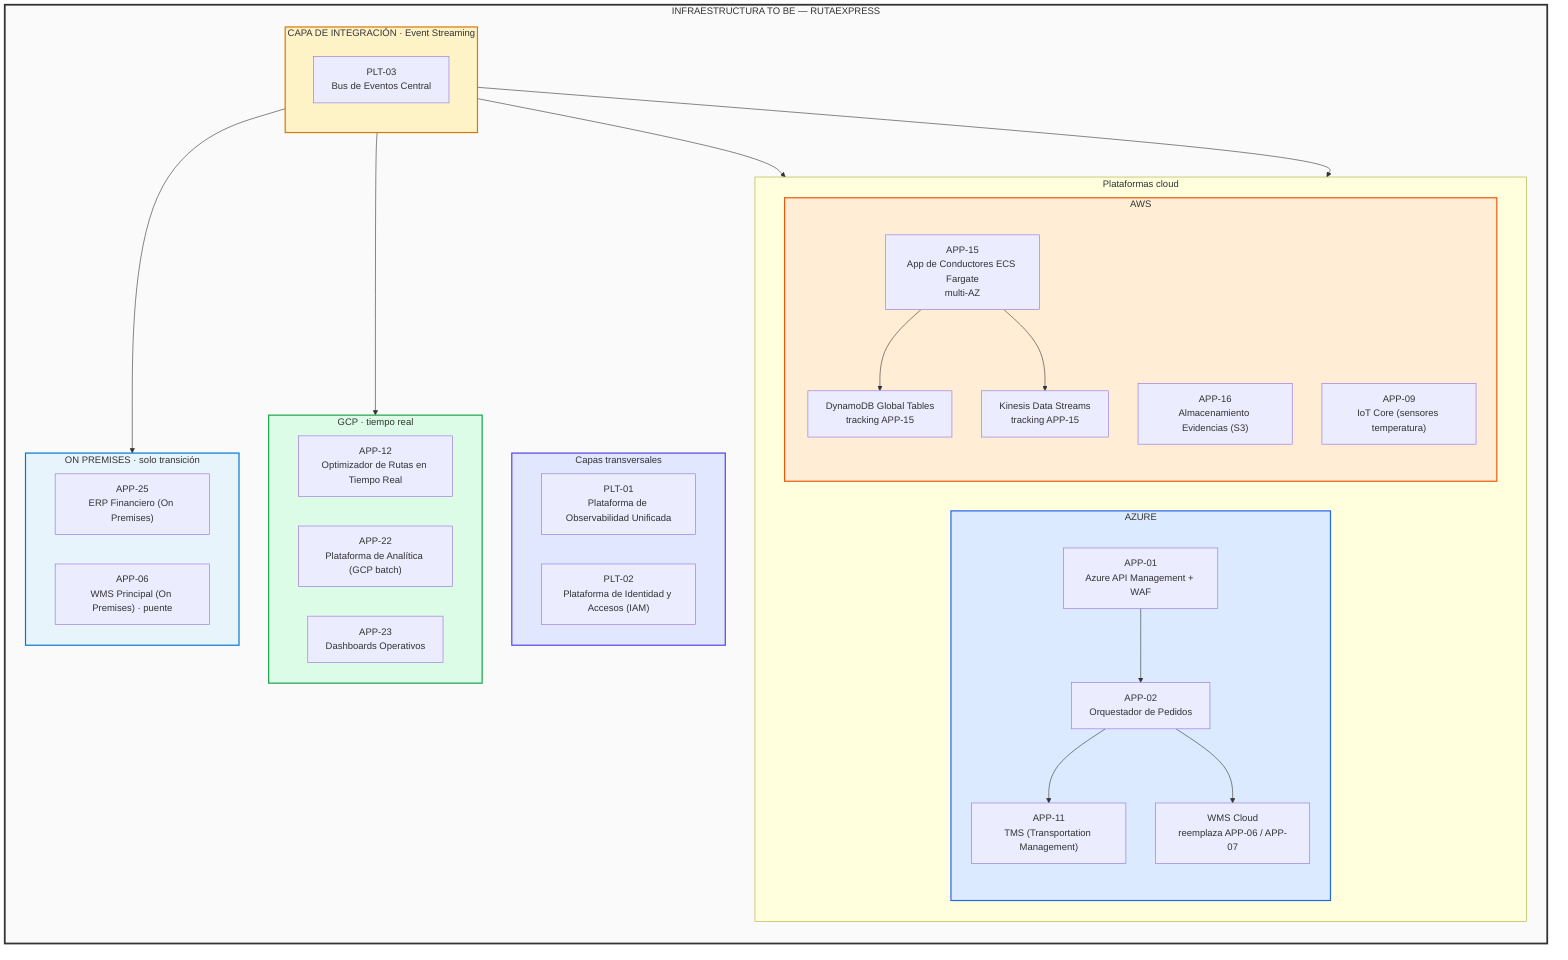
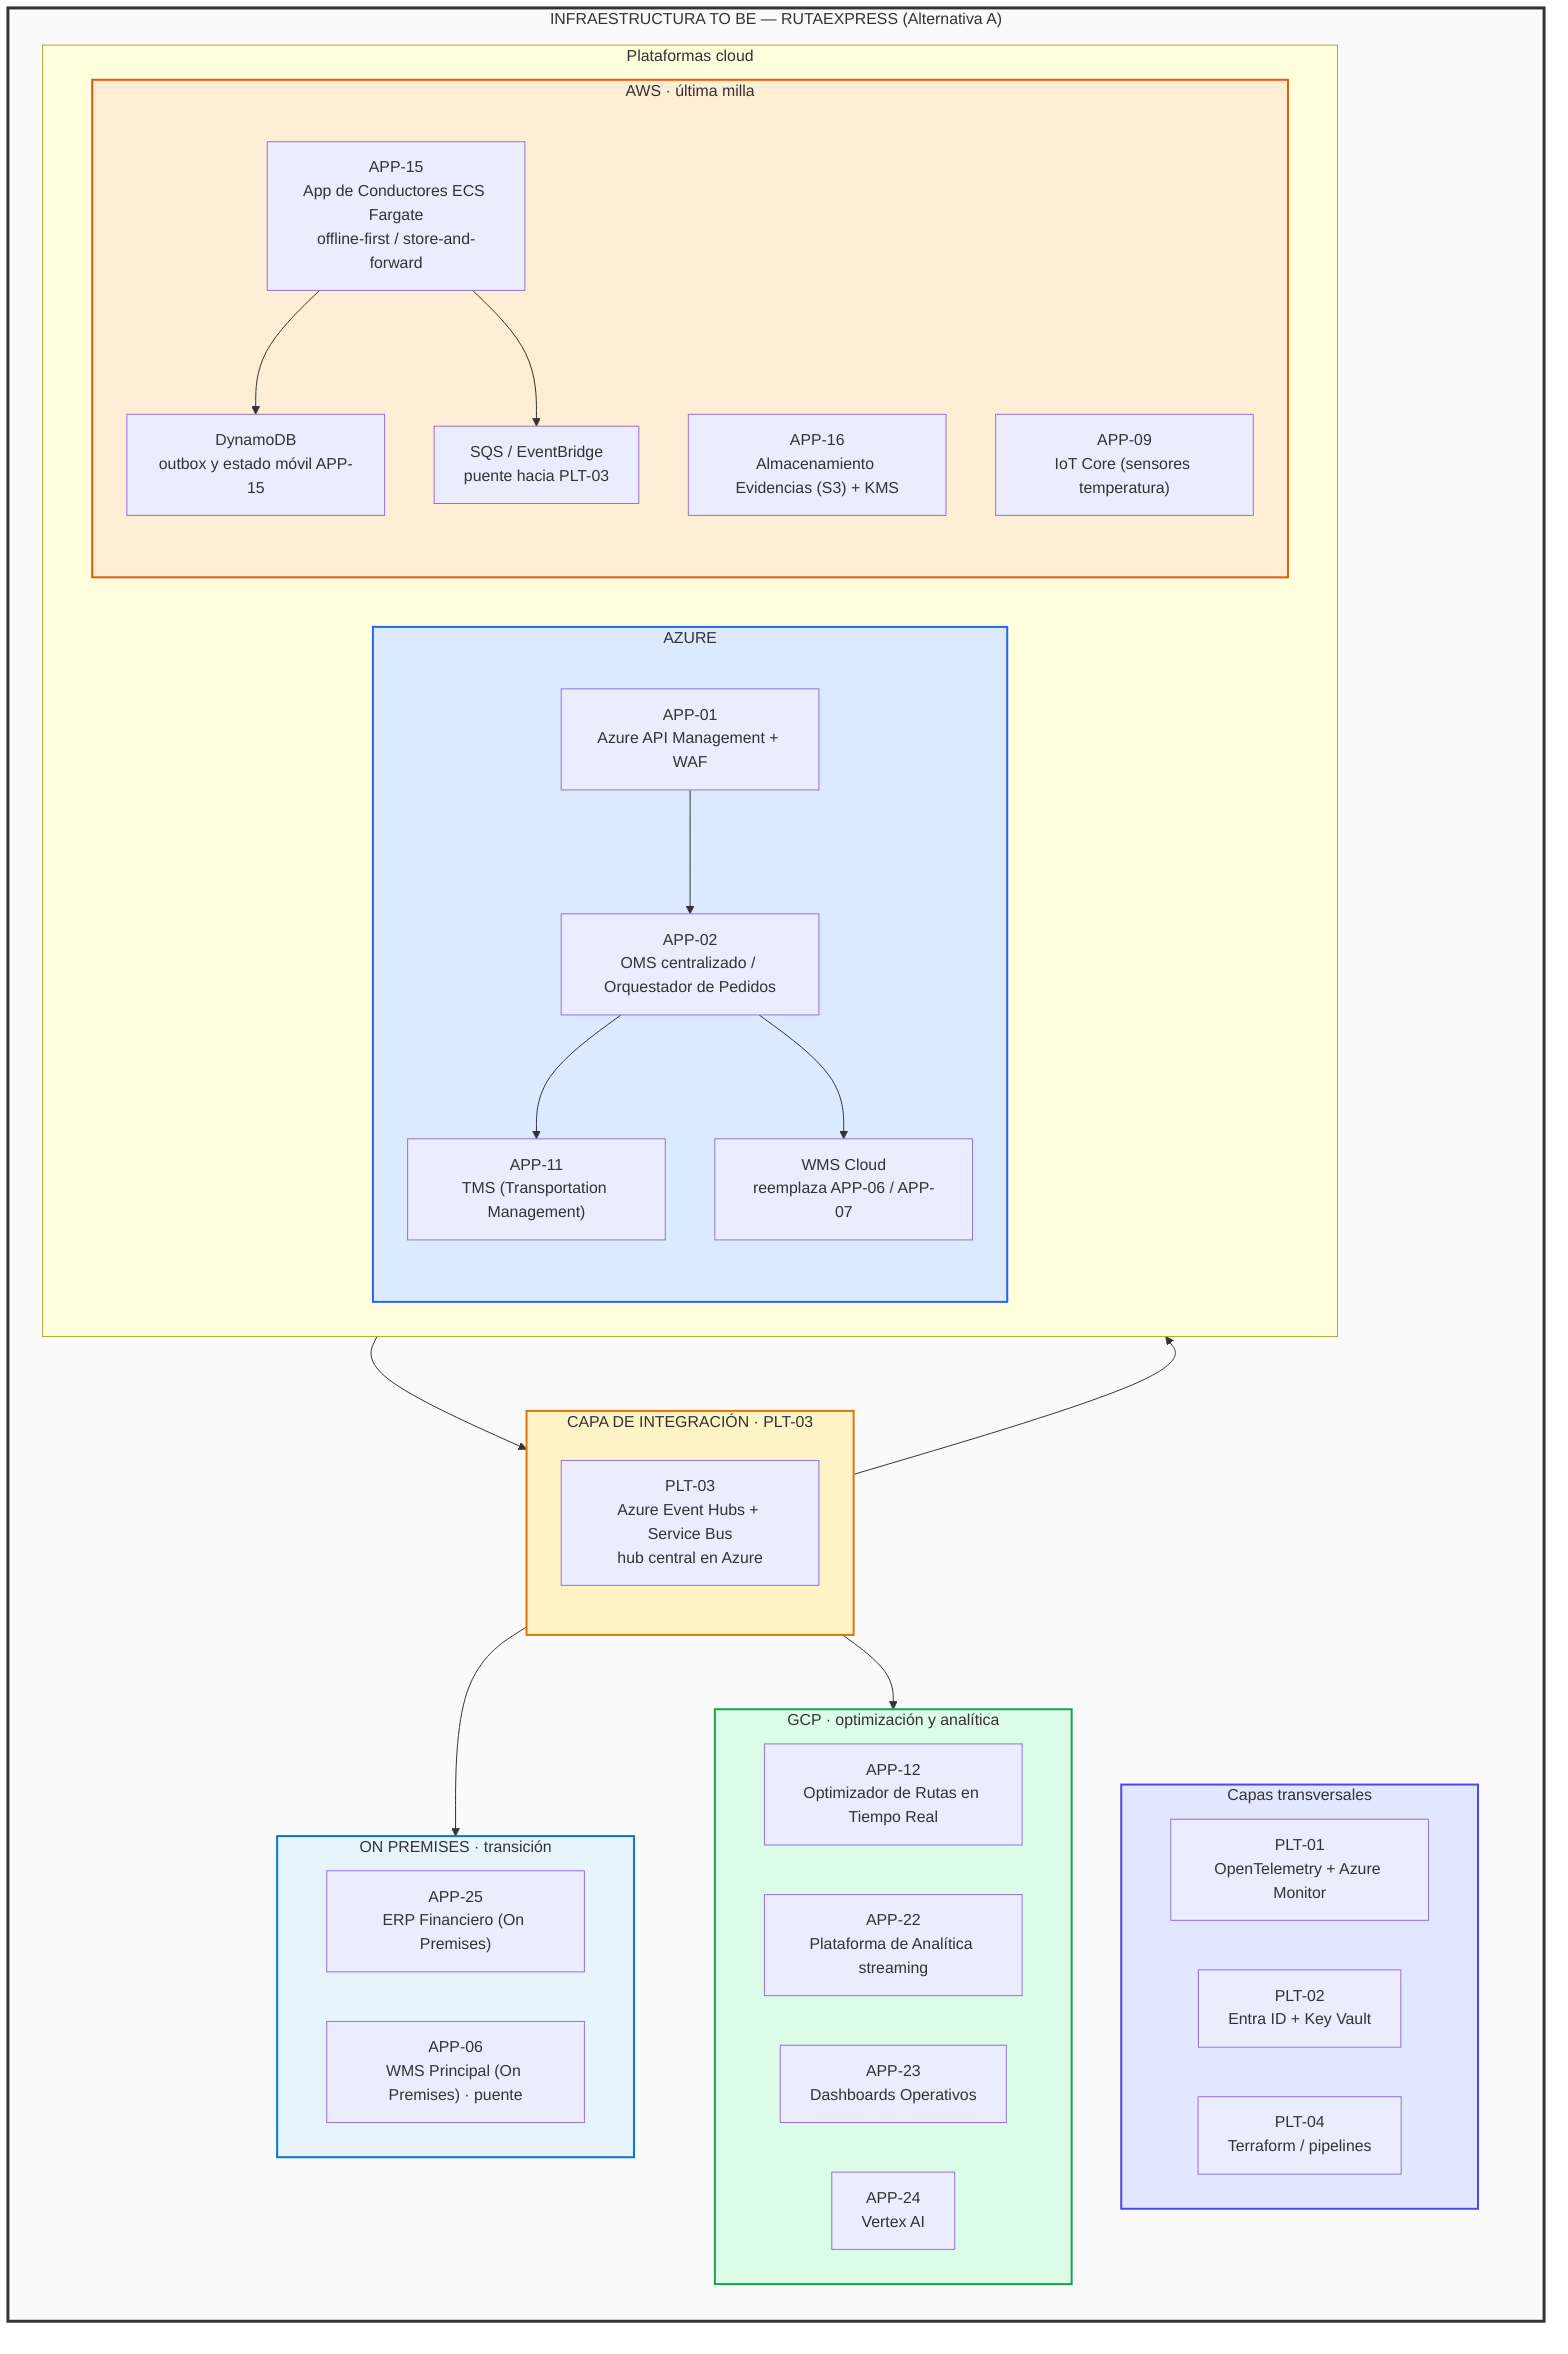
flowchart TB
-     subgraph RXP["INFRAESTRUCTURA TO BE — RUTAEXPRESS"]
+     subgraph RXP["INFRAESTRUCTURA TO BE — RUTAEXPRESS (Alternativa A)"]
        direction TB

-         subgraph BUSCAPA["CAPA DE INTEGRACIÓN · Event Streaming"]
+         subgraph BUSCAPA["CAPA DE INTEGRACIÓN · PLT-03"]
            direction TB
-             bus["PLT-03<br/>Bus de Eventos Central"]
+             bus["PLT-03<br/>Azure Event Hubs + Service Bus<br/>hub central en Azure"]
        end

        subgraph FILA1["Plataformas cloud"]
            direction LR

            subgraph AZURE["AZURE"]
                direction TB
                a1["APP-01<br/>Azure API Management + WAF"]
-                 a2["APP-02<br/>Orquestador de Pedidos"]
+                 a2["APP-02<br/>OMS centralizado / Orquestador de Pedidos"]
                a3["APP-11<br/>TMS (Transportation Management)"]
                a4["WMS Cloud<br/>reemplaza APP-06 / APP-07"]
                a1 --> a2 --> a3
                a2 --> a4
            end

-             subgraph AWS["AWS"]
+             subgraph AWS["AWS · última milla"]
                direction TB
-                 w1["APP-15<br/>App de Conductores ECS Fargate<br/>multi-AZ"]
-                 w2["DynamoDB Global Tables<br/>tracking APP-15"]
-                 w3["APP-16<br/>Almacenamiento Evidencias (S3)"]
-                 w4["Kinesis Data Streams<br/>tracking APP-15"]
+                 w1["APP-15<br/>App de Conductores ECS Fargate<br/>offline-first / store-and-forward"]
+                 w2["DynamoDB<br/>outbox y estado móvil APP-15"]
+                 w3["APP-16<br/>Almacenamiento Evidencias (S3) + KMS"]
+                 w4["SQS / EventBridge<br/>puente hacia PLT-03"]
                w5["APP-09<br/>IoT Core (sensores temperatura)"]
                w1 --> w2
                w1 --> w4
            end
        end

-         subgraph GCP["GCP · tiempo real"]
+         subgraph GCP["GCP · optimización y analítica"]
            direction LR
            g1["APP-12<br/>Optimizador de Rutas en Tiempo Real"]
-             g2["APP-22<br/>Plataforma de Analítica (GCP batch)"]
+             g2["APP-22<br/>Plataforma de Analítica streaming"]
            g3["APP-23<br/>Dashboards Operativos"]
+             g4["APP-24<br/>Vertex AI"]
        end

        subgraph TRANS["Capas transversales"]
            direction LR
-             obs["PLT-01<br/>Plataforma de Observabilidad Unificada"]
-             sec["PLT-02<br/>Plataforma de Identidad y Accesos (IAM)"]
+             obs["PLT-01<br/>OpenTelemetry + Azure Monitor"]
+             sec["PLT-02<br/>Entra ID + Key Vault"]
+             iac["PLT-04<br/>Terraform / pipelines"]
        end

-         subgraph PREM["ON PREMISES · solo transición"]
+         subgraph PREM["ON PREMISES · transición"]
            direction LR
            p1["APP-25<br/>ERP Financiero (On Premises)"]
            p2["APP-06<br/>WMS Principal (On Premises) · puente"]
        end

        bus --> AZURE
-         bus --> AWS
+         w4 --> bus
        bus --> GCP
        bus --> PREM
    end

    style RXP fill:#fafafa,stroke:#333333,stroke-width:3px
    style BUSCAPA fill:#fef3c7,stroke:#d97706,stroke-width:2px
    style AZURE fill:#dbeafe,stroke:#2563eb,stroke-width:2px
    style AWS fill:#ffedd5,stroke:#ea580c,stroke-width:2px
    style GCP fill:#dcfce7,stroke:#16a34a,stroke-width:2px
    style TRANS fill:#e0e7ff,stroke:#4f46e5,stroke-width:2px
    style PREM fill:#e8f4fc,stroke:#0078d4,stroke-width:2px
